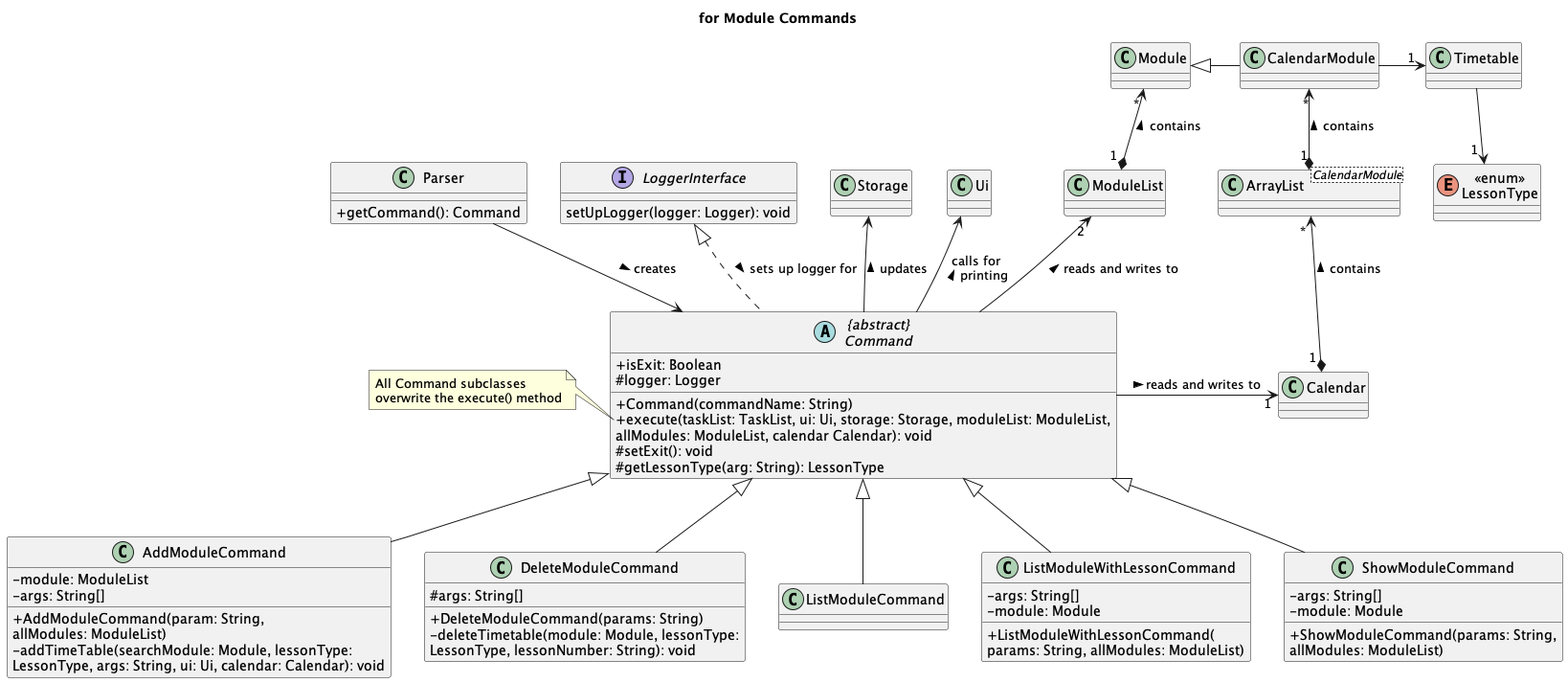
nus-cs2113-AY2223S2/tp keeps this PlantUML diagram as docs/uml-diagrams/Command2-for_Module_Commands.png. Above is the earlier version. Source of this version:
```plantuml
@startuml
skinparam classAttributeIconSize 0

title for Module Commands

class Parser {
+ getCommand(): Command
}
Parser --> Command : creates >

abstract class "{abstract}\nCommand" as Command {
+ isExit: Boolean
# logger: Logger
+ Command(commandName: String)
+ execute(taskList: TaskList, ui: Ui, storage: Storage, moduleList: ModuleList,
allModules: ModuleList, calendar Calendar): void
# setExit(): void
# getLessonType(arg: String): LessonType
}

interface LoggerInterface {
setUpLogger(logger: Logger): void
}

note left of Command::execute
    All Command subclasses
    overwrite the execute() method
end note
LoggerInterface <|.. Command : sets up logger for >

class AddModuleCommand {
- module: ModuleList
- args: String[]
+ AddModuleCommand(param: String,
allModules: ModuleList)
- addTimeTable(searchModule: Module, lessonType:
LessonType, args: String, ui: Ui, calendar: Calendar): void
}
Command <|-- AddModuleCommand

class DeleteModuleCommand{
# args: String[]
+ DeleteModuleCommand(params: String)
- deleteTimetable(module: Module, lessonType:
LessonType, lessonNumber: String): void
}
Command <|-- DeleteModuleCommand

class ListModuleCommand
Command <|-- ListModuleCommand

class ListModuleWithLessonCommand {
- args: String[]
- module: Module
+ ListModuleWithLessonCommand(
params: String, allModules: ModuleList)
}
Command <|-- ListModuleWithLessonCommand

class ShowModuleCommand {
- args: String[]
- module: Module
+ ShowModuleCommand(params: String,
allModules: ModuleList)
}
Command <|-- ShowModuleCommand
Storage <-- Command : updates <
Ui <-- Command : calls for \nprinting <

ModuleList "2" <-- Command : reads and writes to <
Module "     *" <--* "1 " ModuleList : contains <

Command -> "    1" Calendar : reads and writes to >
class "ArrayList<CalendarModule>" as ALModules
ALModules "         *" <--* "1 " Calendar : contains <
CalendarModule "*" <--* "1" ALModules : contains <

enum "<<enum>>\nLessonType" as LessonType
Module <|- CalendarModule
CalendarModule -> "1 " Timetable
Timetable --> "1 " LessonType

@enduml
```
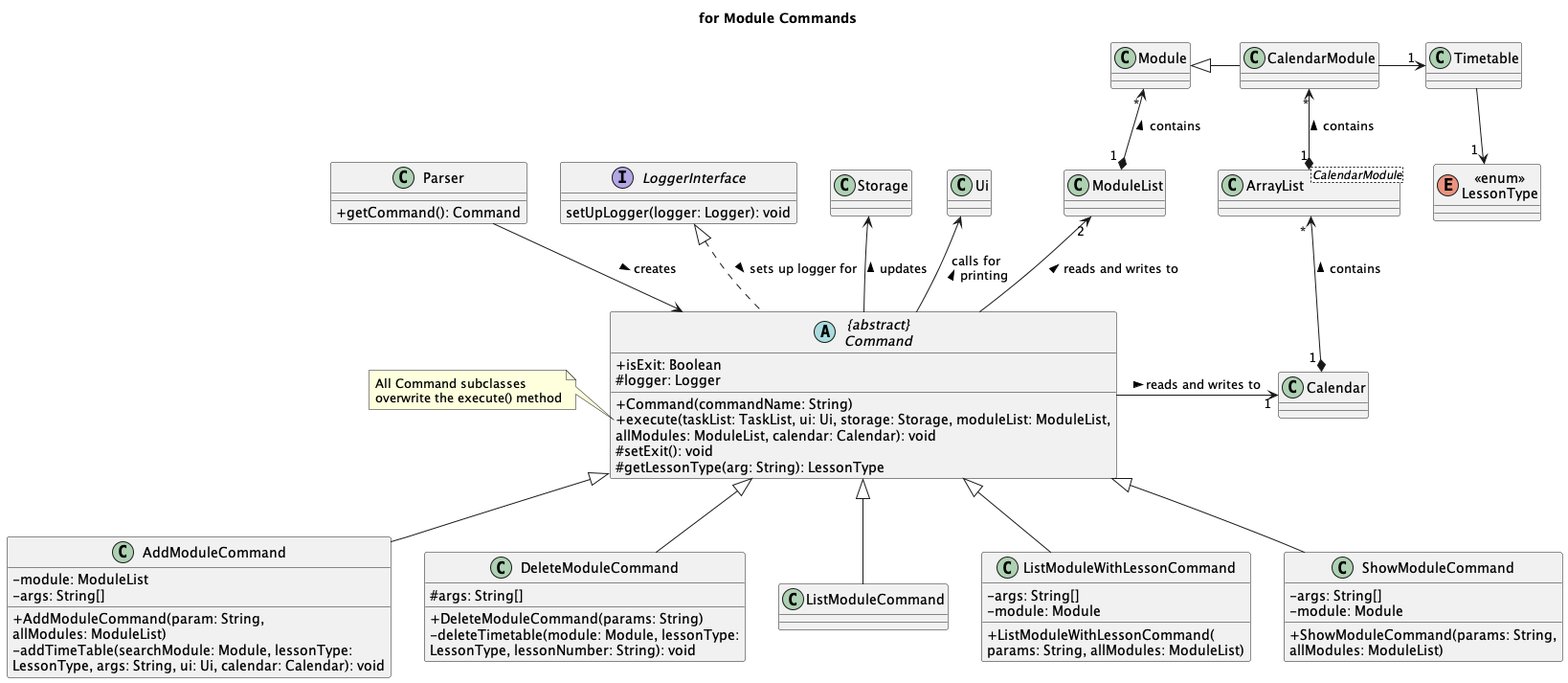
After the commit.

Commit message:
Fix class diagrams

Diff of the diagram source:
```diff
@@ -13,7 +13,7 @@
 # logger: Logger
 + Command(commandName: String)
 + execute(taskList: TaskList, ui: Ui, storage: Storage, moduleList: ModuleList,
-allModules: ModuleList, calendar Calendar): void
+allModules: ModuleList, calendar: Calendar): void
 # setExit(): void
 # getLessonType(arg: String): LessonType
 }
```
